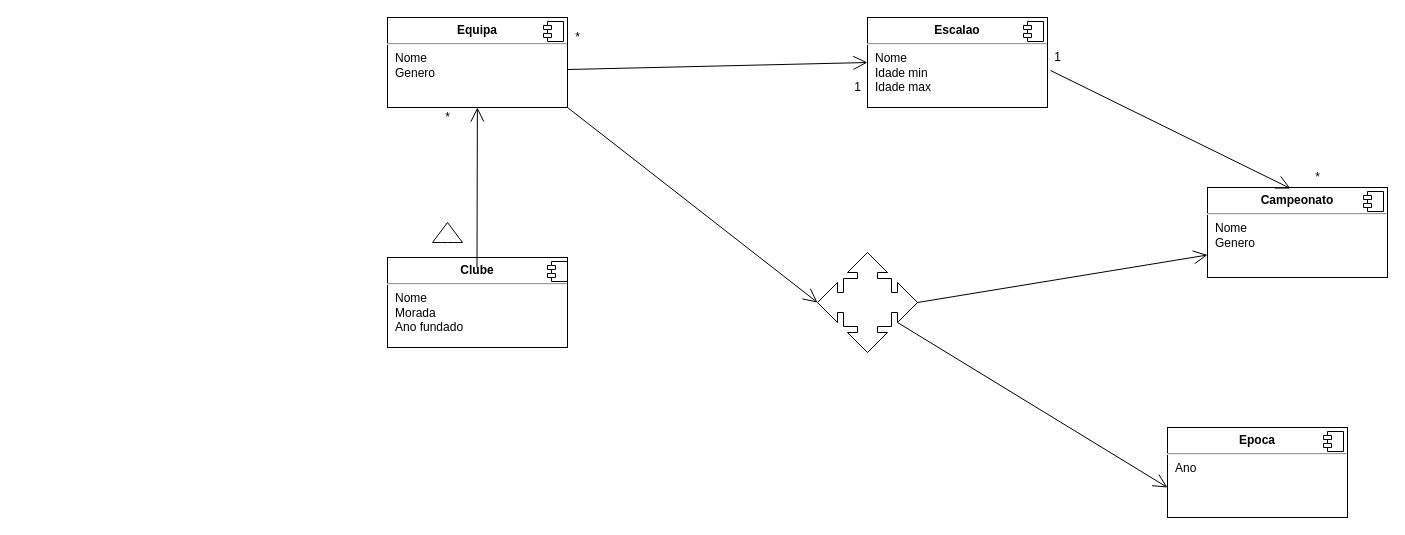
Before: Untitled Diagram.drawio in up201907863/up201907863, a draw.io diagram. Source tidied: cells renumbered, new cells numbered last; positions are measured from the earlier drawing's top-left corner, leaving out a move shared by most shapes. Both pictures are drawn from the tidied source at 100%, with x=0, y=0 at pixel (387, 17).
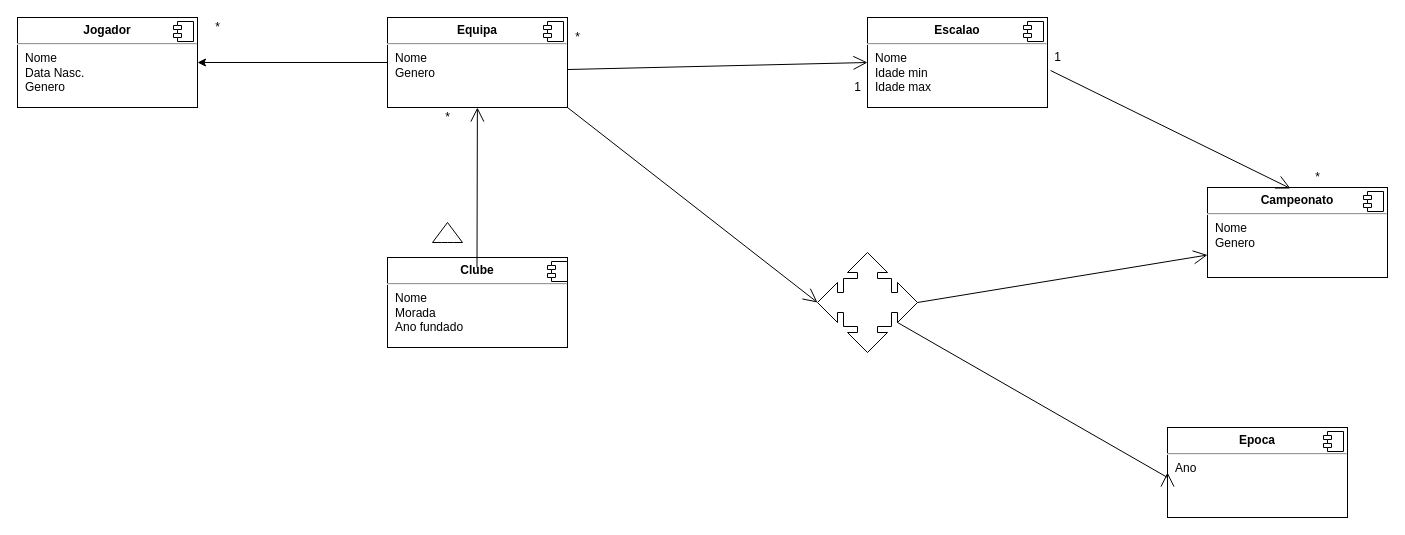
The same diagram, later.

The change refers to these unchanged cells:
```xml
<mxCell id="5" value="&lt;p style=&quot;margin: 0px ; margin-top: 6px ; text-align: center&quot;&gt;&lt;b&gt;Equipa&lt;/b&gt;&lt;/p&gt;&lt;hr&gt;&lt;p style=&quot;margin: 0px ; margin-left: 8px&quot;&gt;Nome&lt;br&gt;Genero&lt;/p&gt;" style="align=left;overflow=fill;html=1;" parent="1" vertex="1">
  <mxGeometry width="180" height="90" as="geometry" />
</mxCell>
<mxCell id="16" value="&lt;p style=&quot;margin: 0px ; margin-top: 6px ; text-align: center&quot;&gt;&lt;b&gt;Epoca&lt;/b&gt;&lt;/p&gt;&lt;hr&gt;&lt;p style=&quot;margin: 0px ; margin-left: 8px&quot;&gt;Ano&lt;br&gt;&lt;/p&gt;" style="align=left;overflow=fill;html=1;" parent="1" vertex="1">
  <mxGeometry x="780" y="410" width="180" height="90" as="geometry" />
</mxCell>
<mxCell id="21" style="html=1;shadow=0;dashed=0;align=center;verticalAlign=middle;shape=mxgraph.arrows2.calloutQuadArrow;dy=10;dx=20;notch=24;arrowHead=10;" parent="1" vertex="1">
  <mxGeometry x="430" y="235" width="100" height="100" as="geometry" />
</mxCell>
```

The edit, as a diff of the source:
```diff
@@
+    <mxCell id="25" style="edgeStyle=orthogonalEdgeStyle;rounded=0;jettySize=auto;html=1;entryX=1;entryY=0.5;entryDx=0;entryDy=0;" parent="1" edge="1" source="5" target="26">
+      <mxGeometry relative="1" as="geometry" />
+    </mxCell>
@@
-    <mxCell id="24" style="endArrow=open;endFill=1;endSize=12;html=1;rounded=0;exitX=0;exitY=0;exitDx=80;exitDy=70;exitPerimeter=0;" parent="1" edge="1" source="21">
+    <mxCell id="24" style="endArrow=open;endFill=1;endSize=12;html=1;rounded=0;exitX=0;exitY=0;exitDx=80;exitDy=70;exitPerimeter=0;entryX=0;entryY=0.5;entryDx=0;entryDy=0;" parent="1" edge="1" source="21" target="16">
       <mxGeometry relative="1" as="geometry">
-        <mxPoint x="780" y="470" as="targetPoint" />
+        <Array as="points">
+          <mxPoint x="780" y="460" />
+        </Array>
       </mxGeometry>
     </mxCell>
+    <mxCell id="26" value="&lt;p style=&quot;margin: 0px ; margin-top: 6px ; text-align: center&quot;&gt;&lt;b&gt;Jogador&lt;/b&gt;&lt;/p&gt;&lt;hr&gt;&lt;p style=&quot;margin: 0px ; margin-left: 8px&quot;&gt;Nome&lt;br&gt;Data Nasc.&lt;/p&gt;&lt;p style=&quot;margin: 0px ; margin-left: 8px&quot;&gt;Genero&lt;/p&gt;" style="align=left;overflow=fill;html=1;" parent="1" vertex="1">
+      <mxGeometry x="-370" width="180" height="90" as="geometry" />
+    </mxCell>
+    <mxCell id="27" style="shape=component;jettyWidth=8;jettyHeight=4;" parent="26" vertex="1">
+      <mxGeometry x="1" width="20" height="20" relative="1" as="geometry">
+        <mxPoint x="-24" y="4" as="offset" />
+      </mxGeometry>
+    </mxCell>
+    <mxCell id="28" value="*" style="text;html=1;align=center;verticalAlign=middle;strokeColor=none;fillColor=none;" parent="1" vertex="1">
+      <mxGeometry x="-180" width="20" height="20" as="geometry" />
+    </mxCell>
```
